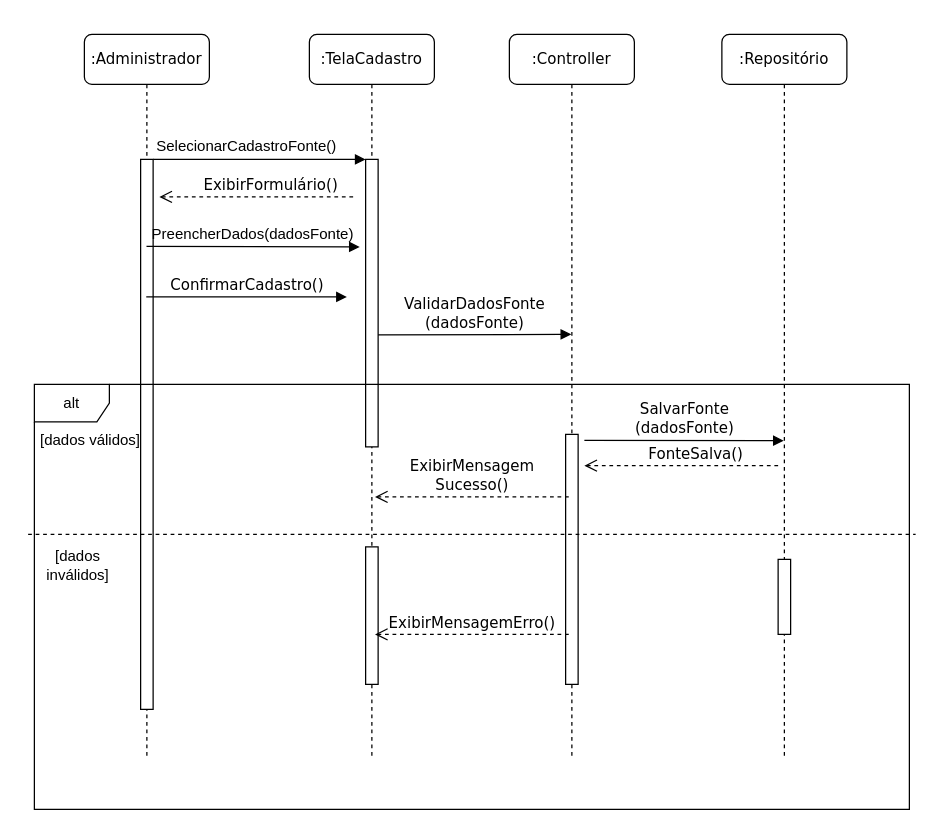
This is Diagrama sem nome.drawio from nicolecristinaw/Landing-Page, a draw.io file, before an edit. Source tidied: cells renumbered, new cells numbered last; positions are measured from the earlier drawing's top-left corner, leaving out a move shared by most shapes. Both pictures are drawn from the tidied source at 125%, with x=0, y=0 at pixel (21, 34).
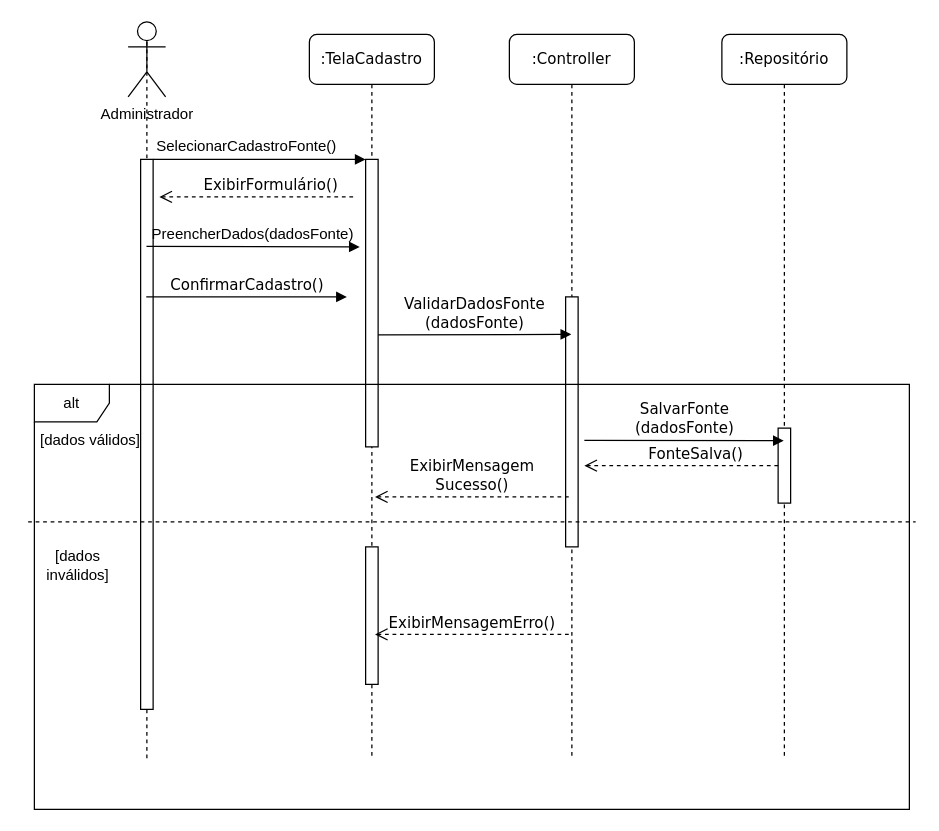
After the change.

The change refers to these unchanged cells:
```xml
<mxCell id="5" value=":Controller" style="shape=umlLifeline;perimeter=lifelinePerimeter;whiteSpace=wrap;html=1;outlineConnect=0;rounded=1;shadow=0;comic=0;labelBackgroundColor=none;strokeWidth=1;fontFamily=Verdana;fontSize=12;align=center;" parent="1" vertex="1">
  <mxGeometry x="390" width="100" height="580" as="geometry" />
</mxCell>
<mxCell id="8" value=":Repositório" style="shape=umlLifeline;perimeter=lifelinePerimeter;whiteSpace=wrap;html=1;rounded=1;shadow=0;comic=0;labelBackgroundColor=none;strokeWidth=1;fontFamily=Verdana;fontSize=12;align=center;" parent="1" vertex="1">
  <mxGeometry x="560" width="100" height="580" as="geometry" />
</mxCell>
```

The edit, as a diff of the source:
```diff
@@
     <mxCell id="6" style="html=1;perimeter=orthogonalPerimeter;rounded=0;shadow=0;comic=0;labelBackgroundColor=none;strokeWidth=1;fontFamily=Verdana;fontSize=12;align=center;" parent="5" vertex="1">
-      <mxGeometry x="45" y="320" width="10" height="200" as="geometry" />
+      <mxGeometry x="45" y="210" width="10" height="200" as="geometry" />
     </mxCell>
@@
     <mxCell id="9" style="html=1;perimeter=orthogonalPerimeter;rounded=0;shadow=0;comic=0;labelBackgroundColor=none;strokeWidth=1;fontFamily=Verdana;fontSize=12;align=center;" parent="8" vertex="1">
-      <mxGeometry x="45" y="420" width="10" height="60" as="geometry" />
+      <mxGeometry x="45" y="315" width="10" height="60" as="geometry" />
     </mxCell>
-    <mxCell id="10" value=":Administrador" style="shape=umlLifeline;perimeter=lifelinePerimeter;whiteSpace=wrap;html=1;outlineConnect=0;rounded=1;shadow=0;comic=0;labelBackgroundColor=none;strokeWidth=1;fontFamily=Verdana;fontSize=12;align=center;" parent="1" vertex="1">
+    <mxCell id="10" style="shape=umlLifeline;perimeter=lifelinePerimeter;whiteSpace=wrap;html=1;outlineConnect=0;rounded=1;shadow=0;comic=0;labelBackgroundColor=none;strokeWidth=1;fontFamily=Verdana;fontSize=12;align=center;size=0;" parent="1" vertex="1">
       <mxGeometry x="50" width="100" height="580" as="geometry" />
     </mxCell>
@@
+    <mxCell id="26" value="Administrador&lt;div&gt;&lt;br&gt;&lt;/div&gt;" style="shape=umlActor;verticalLabelPosition=bottom;verticalAlign=top;html=1;" parent="10" vertex="1">
+      <mxGeometry x="35" y="-10" width="30" height="60" as="geometry" />
+    </mxCell>
@@
     <mxCell id="19" style="endArrow=none;dashed=1;html=1;rounded=0;" parent="1" edge="1">
       <mxGeometry relative="1" as="geometry">
-        <mxPoint x="5" y="400" as="sourcePoint" />
-        <mxPoint x="715" y="400" as="targetPoint" />
+        <mxPoint x="5" y="390" as="sourcePoint" />
+        <mxPoint x="715" y="390" as="targetPoint" />
       </mxGeometry>
     </mxCell>
```
